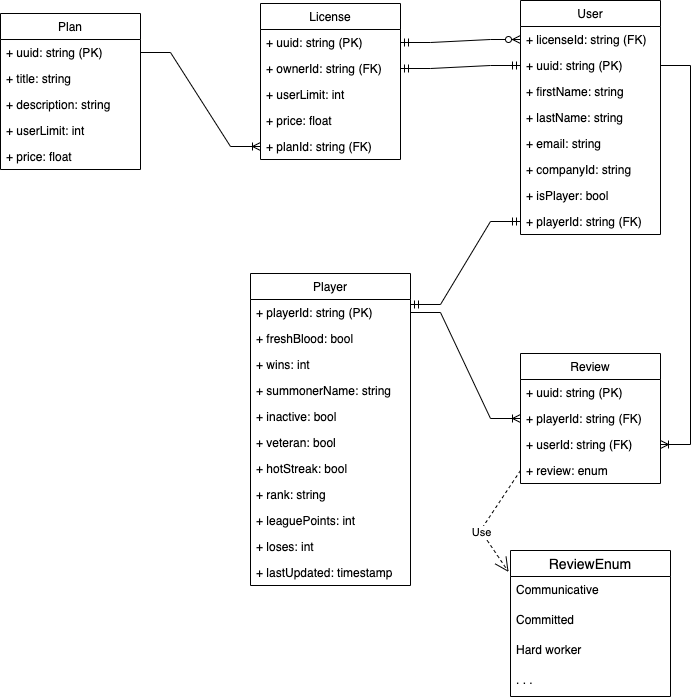
The draw.io diagram docs/dataModel.png in zyzmoz/global-player, before a commit. Source tidied: cells renumbered, new cells last; positions are measured from the earlier drawing's top-left corner, leaving out a move shared by most shapes.
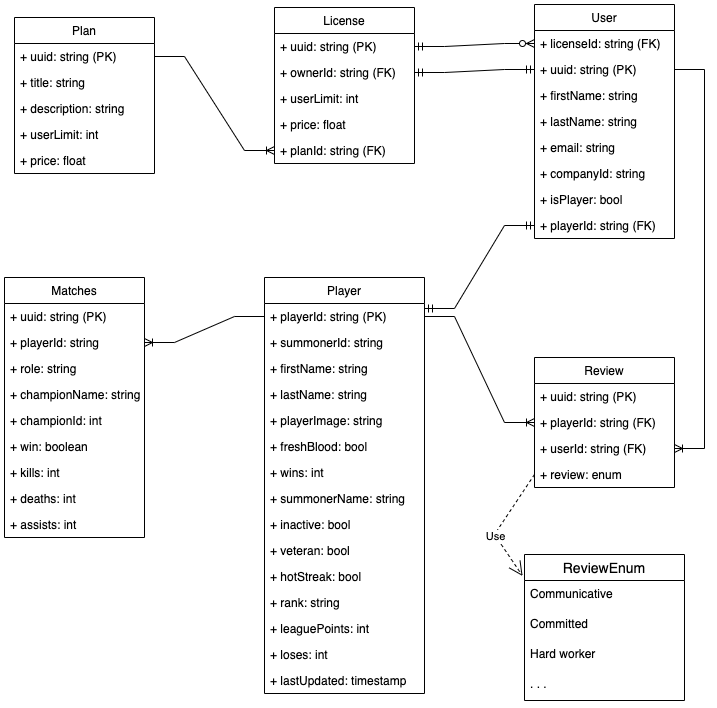
After the change.

Commit message:
documentation: Update Data Model

The edit, as a diff of the source:
```diff
@@ -3,40 +3,52 @@
     <mxCell id="0" />
     <mxCell id="1" parent="0" />
     <mxCell id="2" value="Player" style="swimlane;fontStyle=0;horizontal=1;startSize=26;fillColor=none;" parent="1" vertex="1">
-      <mxGeometry x="250" y="273" width="160" height="312" as="geometry" />
+      <mxGeometry x="250" y="273" width="160" height="416" as="geometry" />
     </mxCell>
     <mxCell id="3" value="+ playerId: string (PK)" style="text;strokeColor=none;fillColor=none;align=left;verticalAlign=top;spacingLeft=4;spacingRight=4;overflow=hidden;points=[[0,0.5],[1,0.5]];portConstraint=eastwest;" parent="2" vertex="1">
       <mxGeometry y="26" width="160" height="26" as="geometry" />
     </mxCell>
+    <mxCell id="52" value="+ summonerId: string" style="text;strokeColor=none;fillColor=none;align=left;verticalAlign=top;spacingLeft=4;spacingRight=4;overflow=hidden;" parent="2" vertex="1">
+      <mxGeometry y="52" width="160" height="26" as="geometry" />
+    </mxCell>
+    <mxCell id="53" value="+ firstName: string" style="text;strokeColor=none;fillColor=none;align=left;verticalAlign=top;spacingLeft=4;spacingRight=4;overflow=hidden;" parent="2" vertex="1">
+      <mxGeometry y="78" width="160" height="26" as="geometry" />
+    </mxCell>
+    <mxCell id="54" value="+ lastName: string" style="text;strokeColor=none;fillColor=none;align=left;verticalAlign=top;spacingLeft=4;spacingRight=4;overflow=hidden;" parent="2" vertex="1">
+      <mxGeometry y="104" width="160" height="26" as="geometry" />
+    </mxCell>
+    <mxCell id="55" value="+ playerImage: string" style="text;strokeColor=none;fillColor=none;align=left;verticalAlign=top;spacingLeft=4;spacingRight=4;overflow=hidden;" parent="2" vertex="1">
+      <mxGeometry y="130" width="160" height="26" as="geometry" />
+    </mxCell>
     <mxCell id="4" value="+ freshBlood: bool" style="text;strokeColor=none;fillColor=none;align=left;verticalAlign=top;spacingLeft=4;spacingRight=4;overflow=hidden;" parent="2" vertex="1">
-      <mxGeometry y="52" width="160" height="26" as="geometry" />
+      <mxGeometry y="156" width="160" height="26" as="geometry" />
     </mxCell>
     <mxCell id="5" value="+ wins: int" style="text;strokeColor=none;fillColor=none;align=left;verticalAlign=top;spacingLeft=4;spacingRight=4;overflow=hidden;" parent="2" vertex="1">
-      <mxGeometry y="78" width="160" height="26" as="geometry" />
+      <mxGeometry y="182" width="160" height="26" as="geometry" />
     </mxCell>
     <mxCell id="6" value="+ summonerName: string" style="text;strokeColor=none;fillColor=none;align=left;verticalAlign=top;spacingLeft=4;spacingRight=4;overflow=hidden;" parent="2" vertex="1">
-      <mxGeometry y="104" width="160" height="26" as="geometry" />
+      <mxGeometry y="208" width="160" height="26" as="geometry" />
     </mxCell>
     <mxCell id="7" value="+ inactive: bool" style="text;strokeColor=none;fillColor=none;align=left;verticalAlign=top;spacingLeft=4;spacingRight=4;overflow=hidden;" parent="2" vertex="1">
-      <mxGeometry y="130" width="160" height="26" as="geometry" />
+      <mxGeometry y="234" width="160" height="26" as="geometry" />
     </mxCell>
     <mxCell id="8" value="+ veteran: bool" style="text;strokeColor=none;fillColor=none;align=left;verticalAlign=top;spacingLeft=4;spacingRight=4;overflow=hidden;" parent="2" vertex="1">
-      <mxGeometry y="156" width="160" height="26" as="geometry" />
+      <mxGeometry y="260" width="160" height="26" as="geometry" />
     </mxCell>
     <mxCell id="9" value="+ hotStreak: bool" style="text;strokeColor=none;fillColor=none;align=left;verticalAlign=top;spacingLeft=4;spacingRight=4;overflow=hidden;" parent="2" vertex="1">
-      <mxGeometry y="182" width="160" height="26" as="geometry" />
+      <mxGeometry y="286" width="160" height="26" as="geometry" />
     </mxCell>
     <mxCell id="10" value="+ rank: string" style="text;strokeColor=none;fillColor=none;align=left;verticalAlign=top;spacingLeft=4;spacingRight=4;overflow=hidden;" parent="2" vertex="1">
-      <mxGeometry y="208" width="160" height="26" as="geometry" />
+      <mxGeometry y="312" width="160" height="26" as="geometry" />
     </mxCell>
     <mxCell id="11" value="+ leaguePoints: int" style="text;strokeColor=none;fillColor=none;align=left;verticalAlign=top;spacingLeft=4;spacingRight=4;overflow=hidden;" parent="2" vertex="1">
-      <mxGeometry y="234" width="160" height="26" as="geometry" />
+      <mxGeometry y="338" width="160" height="26" as="geometry" />
     </mxCell>
     <mxCell id="12" value="+ loses: int" style="text;strokeColor=none;fillColor=none;align=left;verticalAlign=top;spacingLeft=4;spacingRight=4;overflow=hidden;" parent="2" vertex="1">
-      <mxGeometry y="260" width="160" height="26" as="geometry" />
+      <mxGeometry y="364" width="160" height="26" as="geometry" />
     </mxCell>
     <mxCell id="13" value="+ lastUpdated: timestamp" style="text;strokeColor=none;fillColor=none;align=left;verticalAlign=top;spacingLeft=4;spacingRight=4;overflow=hidden;" parent="2" vertex="1">
-      <mxGeometry y="286" width="160" height="26" as="geometry" />
+      <mxGeometry y="390" width="160" height="26" as="geometry" />
     </mxCell>
     <mxCell id="14" value="User" style="swimlane;fontStyle=0;horizontal=1;startSize=26;fillColor=none;" parent="1" vertex="1">
       <mxGeometry x="520" width="140" height="234" as="geometry" />
@@ -156,5 +168,38 @@
     <mxCell id="51" style="edgeStyle=entityRelationEdgeStyle;fontSize=12;html=1;endArrow=ERzeroToMany;startArrow=ERmandOne;rounded=0;entryX=0;entryY=0.5;entryDx=0;entryDy=0;exitX=1;exitY=0.5;exitDx=0;exitDy=0;" parent="1" edge="1" source="30" target="15">
       <mxGeometry relative="1" as="geometry" />
     </mxCell>
+    <mxCell id="56" value="Matches" style="swimlane;fontStyle=0;horizontal=1;startSize=26;fillColor=none;" parent="1" vertex="1">
+      <mxGeometry x="-10" y="273" width="140" height="260" as="geometry" />
+    </mxCell>
+    <mxCell id="57" value="+ uuid: string (PK)" style="text;strokeColor=none;fillColor=none;align=left;verticalAlign=top;spacingLeft=4;spacingRight=4;overflow=hidden;" parent="56" vertex="1">
+      <mxGeometry y="26" width="140" height="26" as="geometry" />
+    </mxCell>
+    <mxCell id="58" value="+ playerId: string" style="text;strokeColor=none;fillColor=none;align=left;verticalAlign=top;spacingLeft=4;spacingRight=4;overflow=hidden;points=[[0,0.5],[1,0.5]];portConstraint=eastwest;" parent="56" vertex="1">
+      <mxGeometry y="52" width="140" height="26" as="geometry" />
+    </mxCell>
+    <mxCell id="59" value="+ role: string" style="text;strokeColor=none;fillColor=none;align=left;verticalAlign=top;spacingLeft=4;spacingRight=4;overflow=hidden;" parent="56" vertex="1">
+      <mxGeometry y="78" width="140" height="26" as="geometry" />
+    </mxCell>
+    <mxCell id="60" value="+ championName: string" style="text;strokeColor=none;fillColor=none;align=left;verticalAlign=top;spacingLeft=4;spacingRight=4;overflow=hidden;" parent="56" vertex="1">
+      <mxGeometry y="104" width="140" height="26" as="geometry" />
+    </mxCell>
+    <mxCell id="61" value="+ championId: int" style="text;strokeColor=none;fillColor=none;align=left;verticalAlign=top;spacingLeft=4;spacingRight=4;overflow=hidden;" parent="56" vertex="1">
+      <mxGeometry y="130" width="140" height="26" as="geometry" />
+    </mxCell>
+    <mxCell id="62" value="+ win: boolean" style="text;strokeColor=none;fillColor=none;align=left;verticalAlign=top;spacingLeft=4;spacingRight=4;overflow=hidden;" parent="56" vertex="1">
+      <mxGeometry y="156" width="140" height="26" as="geometry" />
+    </mxCell>
+    <mxCell id="63" value="+ kills: int" style="text;strokeColor=none;fillColor=none;align=left;verticalAlign=top;spacingLeft=4;spacingRight=4;overflow=hidden;" parent="56" vertex="1">
+      <mxGeometry y="182" width="140" height="26" as="geometry" />
+    </mxCell>
+    <mxCell id="64" value="+ deaths: int" style="text;strokeColor=none;fillColor=none;align=left;verticalAlign=top;spacingLeft=4;spacingRight=4;overflow=hidden;" parent="56" vertex="1">
+      <mxGeometry y="208" width="140" height="26" as="geometry" />
+    </mxCell>
+    <mxCell id="65" value="+ assists: int" style="text;strokeColor=none;fillColor=none;align=left;verticalAlign=top;spacingLeft=4;spacingRight=4;overflow=hidden;" parent="56" vertex="1">
+      <mxGeometry y="234" width="140" height="26" as="geometry" />
+    </mxCell>
+    <mxCell id="66" style="edgeStyle=entityRelationEdgeStyle;fontSize=12;html=1;endArrow=ERoneToMany;rounded=0;entryX=1;entryY=0.5;entryDx=0;entryDy=0;exitX=0;exitY=0.5;exitDx=0;exitDy=0;" parent="1" edge="1" source="3" target="58">
+      <mxGeometry relative="1" as="geometry" />
+    </mxCell>
   </root>
 </mxGraphModel>
```
